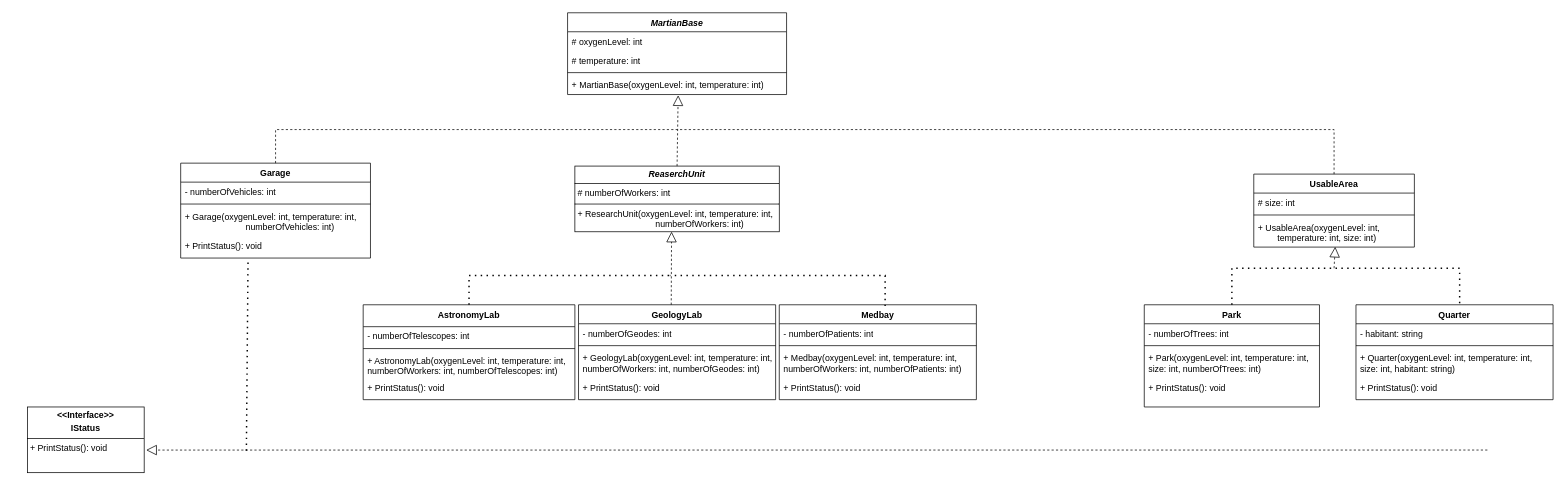
The draw.io diagram Diagram bez tytułu.drawio in kcprlal/CSharp, before the edit. Source tidied: cells renumbered, new cells numbered last; positions are measured from the earlier drawing's top-left corner, leaving out a move shared by most shapes. Both pictures are drawn from the tidied source at 73%, with x=0, y=0 at pixel (27, 12).
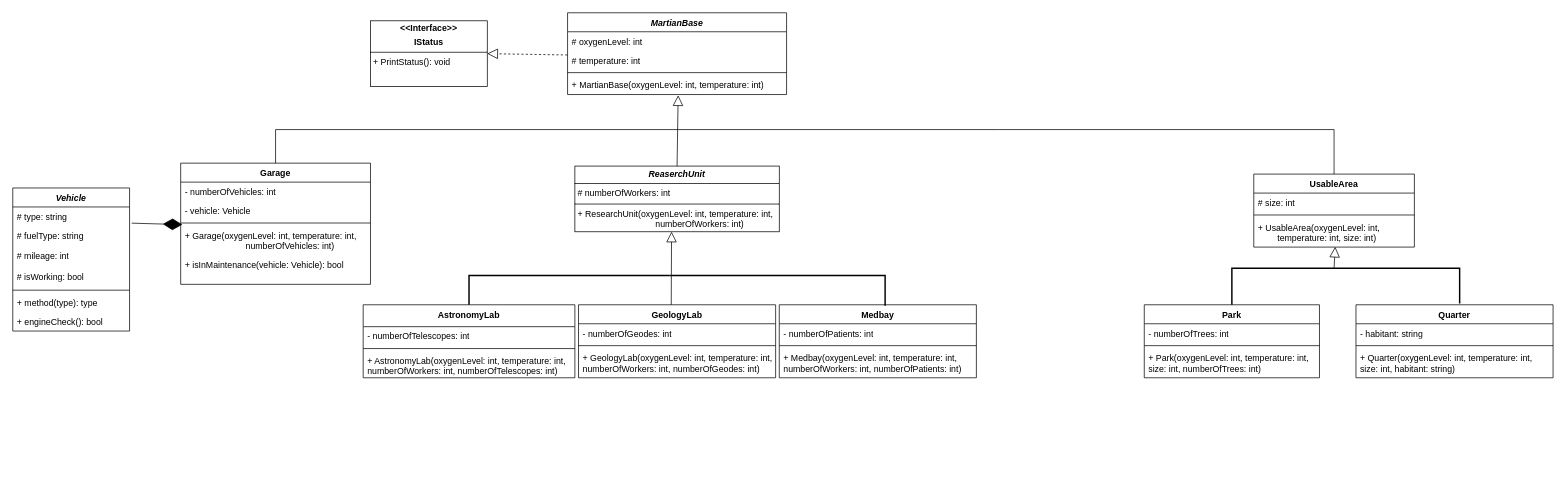
After the change.

The change refers to these unchanged cells:
```xml
<mxCell id="4" value="# temperature: int" style="text;strokeColor=none;fillColor=none;align=left;verticalAlign=top;spacingLeft=4;spacingRight=4;overflow=hidden;points=[[0,0.5],[1,0.5]];portConstraint=eastwest;whiteSpace=wrap;html=1;" parent="2" vertex="1">
  <mxGeometry y="52" width="300" height="26" as="geometry" />
</mxCell>
<mxCell id="6" value="+ MartianBase(oxygenLevel: int, temperature: int)" style="text;strokeColor=none;fillColor=none;align=left;verticalAlign=top;spacingLeft=4;spacingRight=4;overflow=hidden;points=[[0,0.5],[1,0.5]];portConstraint=eastwest;whiteSpace=wrap;html=1;" parent="2" vertex="1">
  <mxGeometry y="86" width="300" height="26" as="geometry" />
</mxCell>
<mxCell id="7" value="&lt;p style=&quot;margin:0px;margin-top:4px;text-align:center;&quot;&gt;&lt;b&gt;&lt;i&gt;ReaserchUnit&lt;/i&gt;&lt;/b&gt;&lt;/p&gt;&lt;hr size=&quot;1&quot; style=&quot;border-style:solid;&quot;&gt;&lt;p style=&quot;margin:0px;margin-left:4px;&quot;&gt;# numberOfWorkers: int&lt;/p&gt;&lt;hr size=&quot;1&quot; style=&quot;border-style:solid;&quot;&gt;&lt;p style=&quot;margin:0px;margin-left:4px;&quot;&gt;+ ResearchUnit(oxygenLevel: int, temperature: int,&amp;nbsp;&lt;/p&gt;&lt;p style=&quot;margin:0px;margin-left:4px;&quot;&gt;&lt;span style=&quot;white-space: pre;&quot;&gt;&#9;&lt;/span&gt;&lt;span style=&quot;white-space: pre;&quot;&gt;&#9;&lt;/span&gt;&lt;span style=&quot;white-space: pre;&quot;&gt;&#9;&lt;/span&gt;&lt;span style=&quot;white-space: pre;&quot;&gt;&#9;&lt;/span&gt;numberOfWorkers: int)&amp;nbsp;&lt;/p&gt;" style="verticalAlign=top;align=left;overflow=fill;html=1;whiteSpace=wrap;" parent="1" vertex="1">
  <mxGeometry x="750" y="210" width="280" height="90" as="geometry" />
</mxCell>
<mxCell id="15" value="UsableArea" style="swimlane;fontStyle=1;align=center;verticalAlign=top;horizontal=1;startSize=26;whiteSpace=wrap;html=1;" parent="1" vertex="1">
  <mxGeometry x="1680" y="221" width="220" height="100" as="geometry" />
</mxCell>
<mxCell id="18" value="+ UsableArea(oxygenLevel: int,&lt;div&gt;&lt;span style=&quot;white-space: pre;&quot;&gt;&#9;&lt;/span&gt;temperature: int, size: int)&lt;br&gt;&lt;/div&gt;" style="text;strokeColor=none;fillColor=none;align=left;verticalAlign=top;spacingLeft=4;spacingRight=4;overflow=hidden;points=[[0,0.5],[1,0.5]];portConstraint=eastwest;whiteSpace=wrap;html=1;" parent="15" vertex="1">
  <mxGeometry y="60" width="220" height="40" as="geometry" />
</mxCell>
```

Change to the diagram source:
```diff
@@
     <mxCell id="8" value="Garage" style="swimlane;fontStyle=1;align=center;verticalAlign=top;horizontal=1;startSize=26;whiteSpace=wrap;html=1;" parent="1" vertex="1">
-      <mxGeometry x="210" y="206" width="260" height="130" as="geometry" />
+      <mxGeometry x="210" y="206" width="260" height="166" as="geometry" />
     </mxCell>
-    <mxCell id="9" value="- numberOfVehicles: int" style="text;strokeColor=none;fillColor=none;align=left;verticalAlign=top;spacingLeft=4;spacingRight=4;overflow=hidden;whiteSpace=wrap;html=1;" parent="8" vertex="1">
+    <mxCell id="9" value="- numberOfVehicles: int&lt;div&gt;&lt;br&gt;&lt;/div&gt;" style="text;strokeColor=none;fillColor=none;align=left;verticalAlign=top;spacingLeft=4;spacingRight=4;overflow=hidden;whiteSpace=wrap;html=1;" parent="8" vertex="1">
       <mxGeometry y="26" width="260" height="26" as="geometry" />
     </mxCell>
+    <mxCell id="53" value="- vehicle: Vehicle" style="text;strokeColor=none;fillColor=none;align=left;verticalAlign=top;spacingLeft=4;spacingRight=4;overflow=hidden;whiteSpace=wrap;html=1;" parent="8" vertex="1">
+      <mxGeometry y="52" width="260" height="26" as="geometry" />
+    </mxCell>
     <mxCell id="10" style="line;strokeWidth=1;fillColor=none;align=left;verticalAlign=middle;spacingTop=-1;spacingLeft=3;spacingRight=3;labelPosition=right;strokeColor=inherit;" parent="8" vertex="1">
-      <mxGeometry y="52" width="260" height="8" as="geometry" />
+      <mxGeometry y="78" width="260" height="8" as="geometry" />
     </mxCell>
-    <mxCell id="11" value="+ Garage(oxygenLevel: int, temperature: int,&lt;div&gt;&lt;span style=&quot;white-space: pre;&quot;&gt;&#9;&lt;/span&gt;&lt;span style=&quot;white-space: pre;&quot;&gt;&#9;&lt;/span&gt;&lt;span style=&quot;white-space: pre;&quot;&gt;&#9;&lt;/span&gt;&amp;nbsp;numberOfVehicles: int)&lt;/div&gt;&lt;div&gt;&lt;br&gt;&lt;/div&gt;" style="text;strokeColor=none;fillColor=none;align=left;verticalAlign=top;spacingLeft=4;spacingRight=4;overflow=hidden;points=[[0,0.5],[1,0.5]];portConstraint=eastwest;whiteSpace=wrap;html=1;" parent="8" vertex="1">
-      <mxGeometry y="60" width="260" height="40" as="geometry" />
+    <mxCell id="11" value="+ Garage(oxygenLevel: int, temperature: int,&lt;div&gt;&lt;span style=&quot;white-space: pre;&quot;&gt;&#9;&lt;/span&gt;&lt;span style=&quot;white-space: pre;&quot;&gt;&#9;&lt;/span&gt;&lt;span style=&quot;white-space: pre;&quot;&gt;&#9;&lt;/span&gt;&amp;nbsp;numberOfVehicles: int)&lt;/div&gt;&lt;div&gt;&lt;br&gt;&lt;/div&gt;&lt;div&gt;&lt;br&gt;&lt;/div&gt;" style="text;strokeColor=none;fillColor=none;align=left;verticalAlign=top;spacingLeft=4;spacingRight=4;overflow=hidden;points=[[0,0.5],[1,0.5]];portConstraint=eastwest;whiteSpace=wrap;html=1;" parent="8" vertex="1">
+      <mxGeometry y="86" width="260" height="40" as="geometry" />
     </mxCell>
-    <mxCell id="12" value="+ PrintStatus(): void" style="text;strokeColor=none;fillColor=none;align=left;verticalAlign=top;spacingLeft=4;spacingRight=4;overflow=hidden;points=[[0,0.5],[1,0.5]];portConstraint=eastwest;whiteSpace=wrap;html=1;" parent="8" vertex="1">
-      <mxGeometry y="100" width="260" height="30" as="geometry" />
-    </mxCell>
+    <mxCell id="54" value="+ isInMaintenance(vehicle: Vehicle): bool" style="text;strokeColor=none;fillColor=none;align=left;verticalAlign=top;spacingLeft=4;spacingRight=4;overflow=hidden;whiteSpace=wrap;html=1;" parent="8" vertex="1">
+      <mxGeometry y="126" width="260" height="40" as="geometry" />
+    </mxCell>
-    <mxCell id="13" style="endArrow=block;dashed=1;endFill=0;endSize=12;html=1;rounded=0;exitX=0.5;exitY=0;exitDx=0;exitDy=0;entryX=0.505;entryY=1.038;entryDx=0;entryDy=0;entryPerimeter=0;" parent="1" edge="1" source="7" target="6">
+    <mxCell id="13" style="endArrow=block;endFill=0;endSize=12;html=1;rounded=0;exitX=0.5;exitY=0;exitDx=0;exitDy=0;entryX=0.505;entryY=1.038;entryDx=0;entryDy=0;entryPerimeter=0;" parent="1" edge="1" source="7" target="6">
       <mxGeometry relative="1" as="geometry" />
     </mxCell>
-    <mxCell id="14" style="endArrow=none;dashed=1;html=1;rounded=0;exitX=0.5;exitY=0;exitDx=0;exitDy=0;" parent="1" edge="1" source="8">
+    <mxCell id="14" style="endArrow=none;html=1;rounded=0;exitX=0.5;exitY=0;exitDx=0;exitDy=0;" parent="1" edge="1" source="8">
       <mxGeometry relative="1" as="geometry">
         <mxPoint x="890" y="160" as="targetPoint" />
         <Array as="points">
           <mxPoint x="340" y="160" />
         </Array>
       </mxGeometry>
     </mxCell>
@@
-    <mxCell id="19" style="endArrow=none;dashed=1;html=1;rounded=0;exitX=0.5;exitY=0;exitDx=0;exitDy=0;" parent="1" edge="1" source="15">
+    <mxCell id="19" style="endArrow=none;html=1;rounded=0;exitX=0.5;exitY=0;exitDx=0;exitDy=0;" parent="1" edge="1" source="15">
       <mxGeometry relative="1" as="geometry">
         <mxPoint x="890" y="160" as="targetPoint" />
         <Array as="points">
           <mxPoint x="1790" y="160" />
           <mxPoint x="1330" y="160" />
         </Array>
       </mxGeometry>
     </mxCell>
     <mxCell id="20" value="AstronomyLab" style="swimlane;fontStyle=1;align=center;verticalAlign=top;horizontal=1;startSize=30;whiteSpace=wrap;html=1;" parent="1" vertex="1">
-      <mxGeometry x="460" y="400" width="290" height="130" as="geometry" />
+      <mxGeometry x="460" y="400" width="290" height="100" as="geometry" />
     </mxCell>
@@
-    <mxCell id="24" value="+ PrintStatus(): void" style="text;strokeColor=none;fillColor=none;align=left;verticalAlign=top;spacingLeft=4;spacingRight=4;overflow=hidden;whiteSpace=wrap;html=1;" parent="20" vertex="1">
-      <mxGeometry y="100" width="290" height="30" as="geometry" />
-    </mxCell>
     <mxCell id="25" value="GeologyLab" style="swimlane;fontStyle=1;align=center;verticalAlign=top;horizontal=1;startSize=26;whiteSpace=wrap;html=1;" parent="1" vertex="1">
-      <mxGeometry x="755" y="400" width="270" height="130" as="geometry" />
+      <mxGeometry x="755" y="400" width="270" height="100" as="geometry" />
     </mxCell>
@@
-    <mxCell id="29" value="+ PrintStatus(): void" style="text;strokeColor=none;fillColor=none;align=left;verticalAlign=top;spacingLeft=4;spacingRight=4;overflow=hidden;whiteSpace=wrap;html=1;" parent="25" vertex="1">
-      <mxGeometry y="100" width="270" height="30" as="geometry" />
-    </mxCell>
     <mxCell id="30" value="Medbay" style="swimlane;fontStyle=1;align=center;verticalAlign=top;horizontal=1;startSize=26;whiteSpace=wrap;html=1;" parent="1" vertex="1">
-      <mxGeometry x="1030" y="400" width="270" height="130" as="geometry" />
+      <mxGeometry x="1030" y="400" width="270" height="100" as="geometry" />
     </mxCell>
@@
-    <mxCell id="34" value="+ PrintStatus(): void" style="text;strokeColor=none;fillColor=none;align=left;verticalAlign=top;spacingLeft=4;spacingRight=4;overflow=hidden;whiteSpace=wrap;html=1;" parent="30" vertex="1">
-      <mxGeometry y="100" width="270" height="30" as="geometry" />
-    </mxCell>
     <mxCell id="35" value="Park" style="swimlane;fontStyle=1;align=center;verticalAlign=top;horizontal=1;startSize=26;whiteSpace=wrap;html=1;" parent="1" vertex="1">
-      <mxGeometry x="1530" y="400" width="240" height="140" as="geometry" />
+      <mxGeometry x="1530" y="400" width="240" height="100" as="geometry" />
     </mxCell>
@@
-    <mxCell id="39" value="+ PrintStatus(): void" style="text;strokeColor=none;fillColor=none;align=left;verticalAlign=top;spacingLeft=4;spacingRight=4;overflow=hidden;whiteSpace=wrap;html=1;" parent="35" vertex="1">
-      <mxGeometry y="100" width="240" height="40" as="geometry" />
-    </mxCell>
     <mxCell id="40" value="Quarter" style="swimlane;fontStyle=1;align=center;verticalAlign=top;horizontal=1;startSize=26;whiteSpace=wrap;html=1;" parent="1" vertex="1">
-      <mxGeometry x="1820" y="400" width="270" height="130" as="geometry" />
+      <mxGeometry x="1820" y="400" width="270" height="100" as="geometry" />
     </mxCell>
@@
-    <mxCell id="44" value="+ PrintStatus(): void" style="text;strokeColor=none;fillColor=none;align=left;verticalAlign=top;spacingLeft=4;spacingRight=4;overflow=hidden;whiteSpace=wrap;html=1;" parent="40" vertex="1">
-      <mxGeometry y="100" width="270" height="30" as="geometry" />
-    </mxCell>
-    <mxCell id="45" style="endArrow=block;dashed=1;endFill=0;endSize=12;html=1;rounded=0;entryX=0.473;entryY=0.998;entryDx=0;entryDy=0;entryPerimeter=0;" parent="1" edge="1" target="7">
+    <mxCell id="45" style="endArrow=block;endFill=0;endSize=12;html=1;rounded=0;entryX=0.473;entryY=0.998;entryDx=0;entryDy=0;entryPerimeter=0;" parent="1" edge="1" target="7">
       <mxGeometry relative="1" as="geometry">
         <mxPoint x="882" y="400" as="sourcePoint" />
       </mxGeometry>
     </mxCell>
-    <mxCell id="46" style="endArrow=none;dashed=1;html=1;dashPattern=1 3;strokeWidth=2;rounded=0;exitX=0.5;exitY=0;exitDx=0;exitDy=0;" parent="1" edge="1" source="20">
+    <mxCell id="46" style="endArrow=none;html=1;dashPattern=1 3;strokeWidth=2;rounded=0;exitX=0.5;exitY=0;exitDx=0;exitDy=0;" parent="1" edge="1" source="20">
       <mxGeometry relative="1" as="geometry">
         <mxPoint x="880" y="360" as="targetPoint" />
         <Array as="points">
           <mxPoint x="605" y="360" />
         </Array>
       </mxGeometry>
     </mxCell>
-    <mxCell id="47" style="endArrow=none;dashed=1;html=1;dashPattern=1 3;strokeWidth=2;rounded=0;exitX=0.537;exitY=0.014;exitDx=0;exitDy=0;exitPerimeter=0;" parent="1" edge="1" source="30">
+    <mxCell id="47" style="endArrow=none;html=1;dashPattern=1 3;strokeWidth=2;rounded=0;exitX=0.537;exitY=0.014;exitDx=0;exitDy=0;exitPerimeter=0;" parent="1" edge="1" source="30">
       <mxGeometry relative="1" as="geometry">
         <mxPoint x="880" y="360" as="targetPoint" />
         <Array as="points">
           <mxPoint x="1175" y="360" />
         </Array>
       </mxGeometry>
     </mxCell>
-    <mxCell id="48" style="endArrow=none;dashed=1;html=1;dashPattern=1 3;strokeWidth=2;rounded=0;exitX=0.5;exitY=0;exitDx=0;exitDy=0;entryX=0.526;entryY=-0.017;entryDx=0;entryDy=0;entryPerimeter=0;" parent="1" edge="1" source="35" target="40">
+    <mxCell id="48" style="endArrow=none;html=1;strokeWidth=2;rounded=0;exitX=0.5;exitY=0;exitDx=0;exitDy=0;entryX=0.526;entryY=-0.017;entryDx=0;entryDy=0;entryPerimeter=0;" parent="1" edge="1" source="35" target="40">
       <mxGeometry relative="1" as="geometry">
         <Array as="points">
           <mxPoint x="1650" y="350" />
           <mxPoint x="1962" y="350" />
         </Array>
       </mxGeometry>
     </mxCell>
-    <mxCell id="49" style="endArrow=block;dashed=1;endFill=0;endSize=12;html=1;rounded=0;entryX=0.507;entryY=0.989;entryDx=0;entryDy=0;entryPerimeter=0;" parent="1" edge="1" target="18">
+    <mxCell id="49" style="endArrow=block;endFill=0;endSize=12;html=1;rounded=0;entryX=0.507;entryY=0.989;entryDx=0;entryDy=0;entryPerimeter=0;" parent="1" edge="1" target="18">
       <mxGeometry relative="1" as="geometry">
         <mxPoint x="1790" y="350" as="sourcePoint" />
       </mxGeometry>
     </mxCell>
     <mxCell id="50" value="&lt;p style=&quot;margin:0px;margin-top:4px;text-align:center;&quot;&gt;&lt;b&gt;&amp;lt;&amp;lt;Interface&amp;gt;&amp;gt;&lt;/b&gt;&lt;/p&gt;&lt;p style=&quot;margin:0px;margin-top:4px;text-align:center;&quot;&gt;&lt;b&gt;IStatus&lt;/b&gt;&lt;/p&gt;&lt;hr size=&quot;1&quot; style=&quot;border-style:solid;&quot;&gt;&lt;p style=&quot;margin:0px;margin-left:4px;&quot;&gt;&lt;span style=&quot;background-color: transparent; color: light-dark(rgb(0, 0, 0), rgb(255, 255, 255));&quot;&gt;+ PrintStatus(): void&lt;/span&gt;&lt;/p&gt;" style="verticalAlign=top;align=left;overflow=fill;html=1;whiteSpace=wrap;" parent="1" vertex="1">
-      <mxGeometry y="540" width="160" height="90" as="geometry" />
+      <mxGeometry x="470" y="11" width="160" height="90" as="geometry" />
     </mxCell>
-    <mxCell id="51" style="endArrow=block;dashed=1;endFill=0;endSize=12;html=1;rounded=0;entryX=1.017;entryY=0.656;entryDx=0;entryDy=0;entryPerimeter=0;" parent="1" edge="1" target="50">
-      <mxGeometry relative="1" as="geometry">
-        <mxPoint x="2000" y="599" as="sourcePoint" />
-      </mxGeometry>
-    </mxCell>
-    <mxCell id="52" style="endArrow=none;dashed=1;html=1;dashPattern=1 3;strokeWidth=2;rounded=0;entryX=0.355;entryY=1.02;entryDx=0;entryDy=0;entryPerimeter=0;" parent="1" edge="1" target="12">
-      <mxGeometry relative="1" as="geometry">
-        <mxPoint x="300" y="600" as="sourcePoint" />
-      </mxGeometry>
-    </mxCell>
+    <mxCell id="55" style="endArrow=block;dashed=1;endFill=0;endSize=12;html=1;rounded=0;exitX=-0.001;exitY=0.223;exitDx=0;exitDy=0;exitPerimeter=0;entryX=1;entryY=0.5;entryDx=0;entryDy=0;" parent="1" edge="1" source="4" target="50">
+      <mxGeometry relative="1" as="geometry" />
+    </mxCell>
+    <mxCell id="56" value="&lt;i&gt;Vehicle&lt;/i&gt;" style="swimlane;fontStyle=1;align=center;verticalAlign=top;horizontal=1;startSize=26;whiteSpace=wrap;html=1;" parent="1" vertex="1">
+      <mxGeometry x="-20" y="240" width="160" height="196" as="geometry" />
+    </mxCell>
+    <mxCell id="57" value="# type: string&lt;div&gt;&lt;br&gt;&lt;/div&gt;" style="text;strokeColor=none;fillColor=none;align=left;verticalAlign=top;spacingLeft=4;spacingRight=4;overflow=hidden;points=[[0,0.5],[1,0.5]];portConstraint=eastwest;whiteSpace=wrap;html=1;" parent="56" vertex="1">
+      <mxGeometry y="26" width="160" height="26" as="geometry" />
+    </mxCell>
+    <mxCell id="58" value="# fuelType: string" style="text;strokeColor=none;fillColor=none;align=left;verticalAlign=top;spacingLeft=4;spacingRight=4;overflow=hidden;whiteSpace=wrap;html=1;" parent="56" vertex="1">
+      <mxGeometry y="52" width="160" height="28" as="geometry" />
+    </mxCell>
+    <mxCell id="59" value="# mileage: int" style="text;strokeColor=none;fillColor=none;align=left;verticalAlign=top;spacingLeft=4;spacingRight=4;overflow=hidden;whiteSpace=wrap;html=1;" parent="56" vertex="1">
+      <mxGeometry y="80" width="160" height="28" as="geometry" />
+    </mxCell>
+    <mxCell id="60" value="# isWorking: bool" style="text;strokeColor=none;fillColor=none;align=left;verticalAlign=top;spacingLeft=4;spacingRight=4;overflow=hidden;whiteSpace=wrap;html=1;" parent="56" vertex="1">
+      <mxGeometry y="108" width="160" height="28" as="geometry" />
+    </mxCell>
+    <mxCell id="61" style="line;strokeWidth=1;fillColor=none;align=left;verticalAlign=middle;spacingTop=-1;spacingLeft=3;spacingRight=3;labelPosition=right;strokeColor=inherit;" parent="56" vertex="1">
+      <mxGeometry y="136" width="160" height="8" as="geometry" />
+    </mxCell>
+    <mxCell id="62" value="+ method(type): type" style="text;strokeColor=none;fillColor=none;align=left;verticalAlign=top;spacingLeft=4;spacingRight=4;overflow=hidden;whiteSpace=wrap;html=1;" parent="56" vertex="1">
+      <mxGeometry y="144" width="160" height="26" as="geometry" />
+    </mxCell>
+    <mxCell id="63" value="+ engineCheck(): bool" style="text;strokeColor=none;fillColor=none;align=left;verticalAlign=top;spacingLeft=4;spacingRight=4;overflow=hidden;whiteSpace=wrap;html=1;" parent="56" vertex="1">
+      <mxGeometry y="170" width="160" height="26" as="geometry" />
+    </mxCell>
+    <mxCell id="64" style="endArrow=diamondThin;endFill=1;endSize=24;html=1;rounded=0;exitX=1.018;exitY=0.854;exitDx=0;exitDy=0;entryX=0.009;entryY=-0.045;entryDx=0;entryDy=0;entryPerimeter=0;exitPerimeter=0;" parent="1" edge="1" source="57" target="11">
+      <mxGeometry relative="1" as="geometry" />
+    </mxCell>
```
